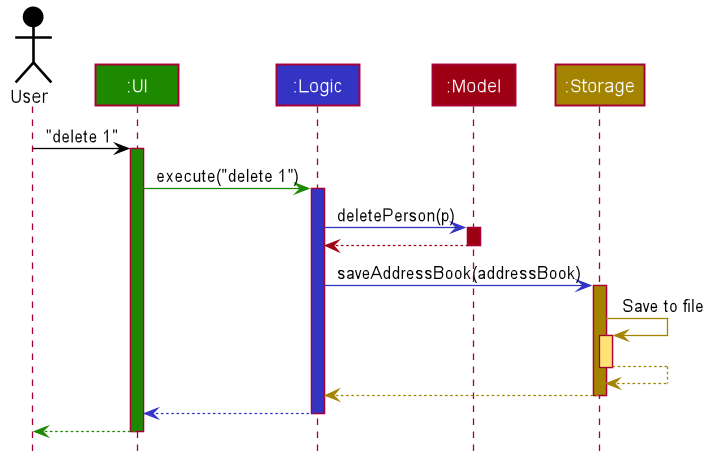
Above: docs/images/ArchitectureSequenceDiagram.png in nus-cs2103-AY2021S2/tp (PlantUML), before the change.
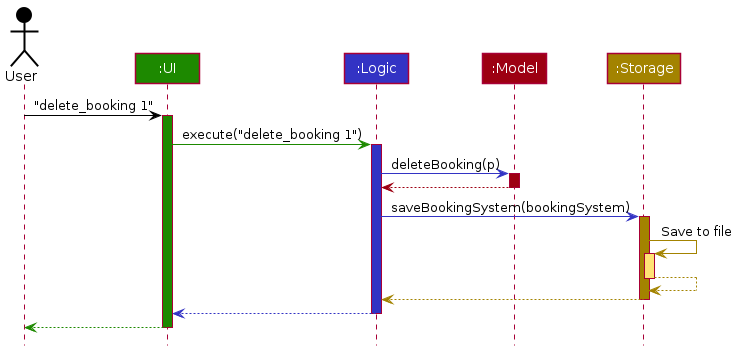
Above is the later version.

Diff of the diagram source:
```diff
@@ -1,85 +1,38 @@
 @startuml
+!include style.puml
 
+Actor User as user USER_COLOR
+Participant ":UI" as ui UI_COLOR
+Participant ":Logic" as logic LOGIC_COLOR
+Participant ":Model" as model MODEL_COLOR
+Participant ":Storage" as storage STORAGE_COLOR
 
+user -[USER_COLOR]> ui : "delete_booking 1"
+activate ui UI_COLOR
 
+ui -[UI_COLOR]> logic : execute("delete_booking 1")
+activate logic LOGIC_COLOR
 
+logic -[LOGIC_COLOR]> model : deleteBooking(p)
+activate model MODEL_COLOR
 
-
-
-
-skinparam BackgroundColor #FFFFFFF
-
-skinparam Shadowing false
-
-skinparam Class {
-    FontColor #FFFFFF
-    BorderThickness 1
-    BorderColor #FFFFFF
-    StereotypeFontColor #FFFFFF
-    FontName Arial
-}
-
-skinparam Actor {
-    BorderColor #000000
-    Color #000000
-    FontName Arial
-}
-
-skinparam Sequence {
-    MessageAlign center
-    BoxFontSize 15
-    BoxPadding 0
-    BoxFontColor #FFFFFF
-    FontName Arial
-}
-
-skinparam Participant {
-    FontColor #FFFFFFF
-    Padding 20
-}
-
-skinparam MinClassWidth 50
-skinparam ParticipantPadding 10
-skinparam Shadowing false
-skinparam DefaultTextAlignment center
-skinparam packageStyle Rectangle
-
-hide footbox
-hide members
-hide circle
-
-Actor User as user #000000
-Participant ":UI" as ui #1D8900
-Participant ":Logic" as logic #3333C4
-Participant ":Model" as model #9D0012
-Participant ":Storage" as storage #A38300
-
-user -[#000000]> ui : "delete 1"
-activate ui #1D8900
-
-ui -[#1D8900]> logic : execute("delete 1")
-activate logic #3333C4
-
-logic -[#3333C4]> model : deletePerson(p)
-activate model #9D0012
-
-model -[#9D0012]-> logic
+model -[MODEL_COLOR]-> logic
 deactivate model
 
-logic -[#3333C4]> storage : saveAddressBook(addressBook)
-activate storage #A38300
+logic -[LOGIC_COLOR]> storage : saveBookingSystem(bookingSystem)
+activate storage STORAGE_COLOR
 
-storage -[#A38300]> storage : Save to file
-activate storage #FFE374
-storage --[#A38300]> storage
+storage -[STORAGE_COLOR]> storage : Save to file
+activate storage STORAGE_COLOR_T1
+storage --[STORAGE_COLOR]> storage
 deactivate storage
 
-storage --[#A38300]> logic
+storage --[STORAGE_COLOR]> logic
 deactivate storage
 
-logic --[#3333C4]> ui
+logic --[LOGIC_COLOR]> ui
 deactivate logic
 
-ui--[#1D8900]> user
+ui--[UI_COLOR]> user
 deactivate ui
 @enduml
```
